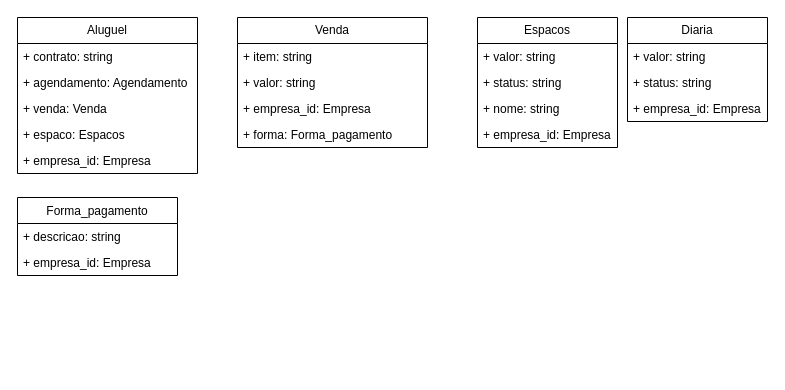
The draw.io diagram page "Lago" (3 of 3) of Diagrama sem nome.drawio in FSOFTSistemas/Lago, before the edit. Source tidied: cells renumbered, new cells numbered last; positions are measured from the earlier drawing's top-left corner, leaving out a move shared by most shapes. Both pictures are drawn from the tidied source at 100%, with x=0, y=0 at pixel (17, 17).
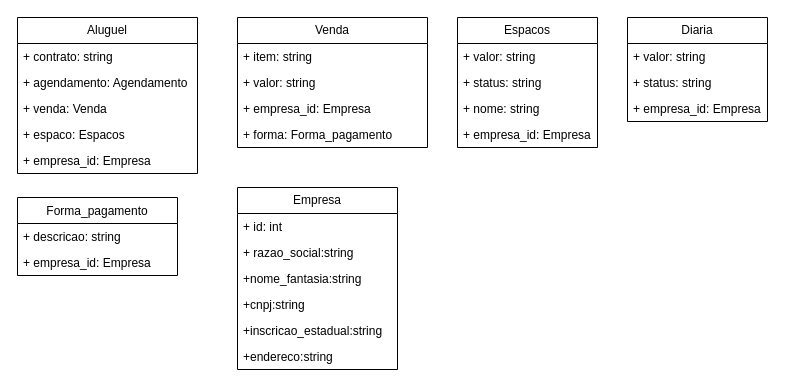
The same diagram, later.

Diff of the diagram source:
```diff
@@
     <mxCell id="13" value="Espacos" style="swimlane;fontStyle=0;horizontal=1;startSize=26;fillColor=none;whiteSpace=wrap;html=1;" parent="1" vertex="1">
-      <mxGeometry x="460" width="140" height="130" as="geometry" />
+      <mxGeometry x="440" width="140" height="130" as="geometry" />
     </mxCell>
@@
+    <mxCell id="25" value="Empresa" style="swimlane;fontStyle=0;horizontal=1;startSize=26;fillColor=none;whiteSpace=wrap;html=1;" parent="1" vertex="1">
+      <mxGeometry x="220" y="170" width="160" height="182" as="geometry" />
+    </mxCell>
+    <mxCell id="26" value="+ id: int" style="text;strokeColor=none;fillColor=none;align=left;verticalAlign=top;spacingLeft=4;spacingRight=4;overflow=hidden;whiteSpace=wrap;html=1;" parent="25" vertex="1">
+      <mxGeometry y="26" width="160" height="26" as="geometry" />
+    </mxCell>
+    <mxCell id="27" value="+ razao_social:string" style="text;strokeColor=none;fillColor=none;align=left;verticalAlign=top;spacingLeft=4;spacingRight=4;overflow=hidden;whiteSpace=wrap;html=1;" parent="25" vertex="1">
+      <mxGeometry y="52" width="160" height="26" as="geometry" />
+    </mxCell>
+    <mxCell id="28" value="+nome_fantasia:string" style="text;strokeColor=none;fillColor=none;align=left;verticalAlign=top;spacingLeft=4;spacingRight=4;overflow=hidden;whiteSpace=wrap;html=1;" parent="25" vertex="1">
+      <mxGeometry y="78" width="160" height="26" as="geometry" />
+    </mxCell>
+    <mxCell id="29" value="+cnpj:string" style="text;strokeColor=none;fillColor=none;align=left;verticalAlign=top;spacingLeft=4;spacingRight=4;overflow=hidden;whiteSpace=wrap;html=1;" parent="25" vertex="1">
+      <mxGeometry y="104" width="160" height="26" as="geometry" />
+    </mxCell>
+    <mxCell id="30" value="+inscricao_estadual:string" style="text;strokeColor=none;fillColor=none;align=left;verticalAlign=top;spacingLeft=4;spacingRight=4;overflow=hidden;whiteSpace=wrap;html=1;" parent="25" vertex="1">
+      <mxGeometry y="130" width="160" height="26" as="geometry" />
+    </mxCell>
+    <mxCell id="31" value="+endereco:string" style="text;strokeColor=none;fillColor=none;align=left;verticalAlign=top;spacingLeft=4;spacingRight=4;overflow=hidden;whiteSpace=wrap;html=1;" parent="25" vertex="1">
+      <mxGeometry y="156" width="160" height="26" as="geometry" />
+    </mxCell>
```
